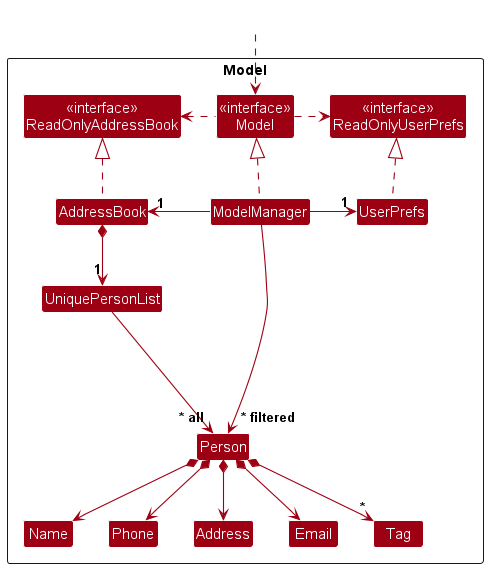
Before: docs/images/ModelClassDiagram.png, a diagram exported from PlantUML (bertrandong/tp).
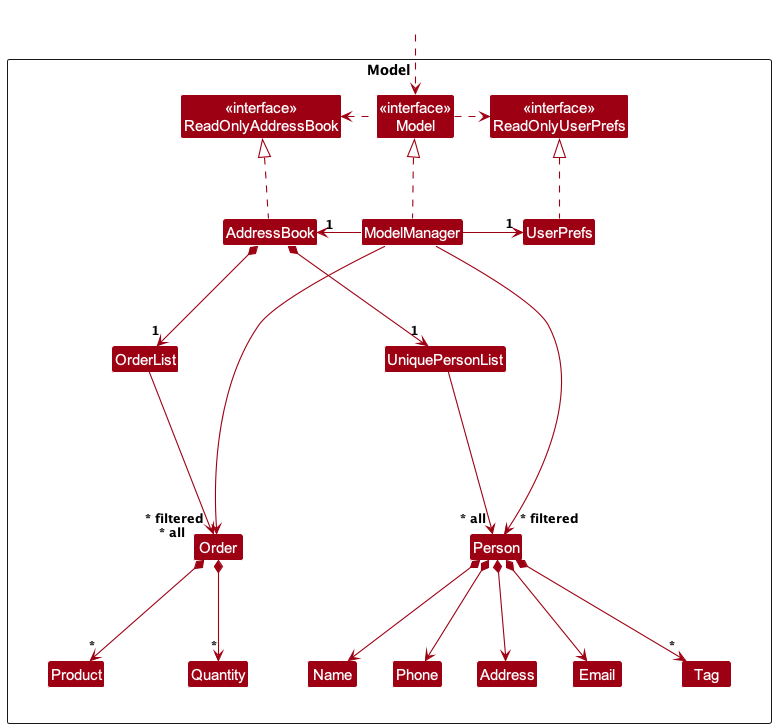
After the commit.

Commit message:
Update developer guide with orderlist

Change to the diagram source:
```diff
@@ -19,6 +19,11 @@
 Class Name
 Class Phone
 Class Tag
+
+Class OrderList
+Class Order
+Class Product
+Class Quantity
 
 Class I #FFFFFF
 }
@@ -43,6 +48,11 @@
 Person *--> Address
 Person *--> "*" Tag
 
+AddressBook *--> "1" OrderList
+OrderList --> "~* all" Order
+Order *--> "*" Product
+Order *--> "*" Quantity
+
 Person -[hidden]up--> I
 UniquePersonList -[hidden]right-> I
 
@@ -50,5 +60,11 @@
 Phone -[hidden]right-> Address
 Address -[hidden]right-> Email
 
+Order -[hidden]up--> I
+OrderList -[hidden]right-> I
+
+Product -[hidden]left-> Quantity
+
 ModelManager --> "~* filtered" Person
+ModelManager --> "~* filtered" Order
 @enduml
```
